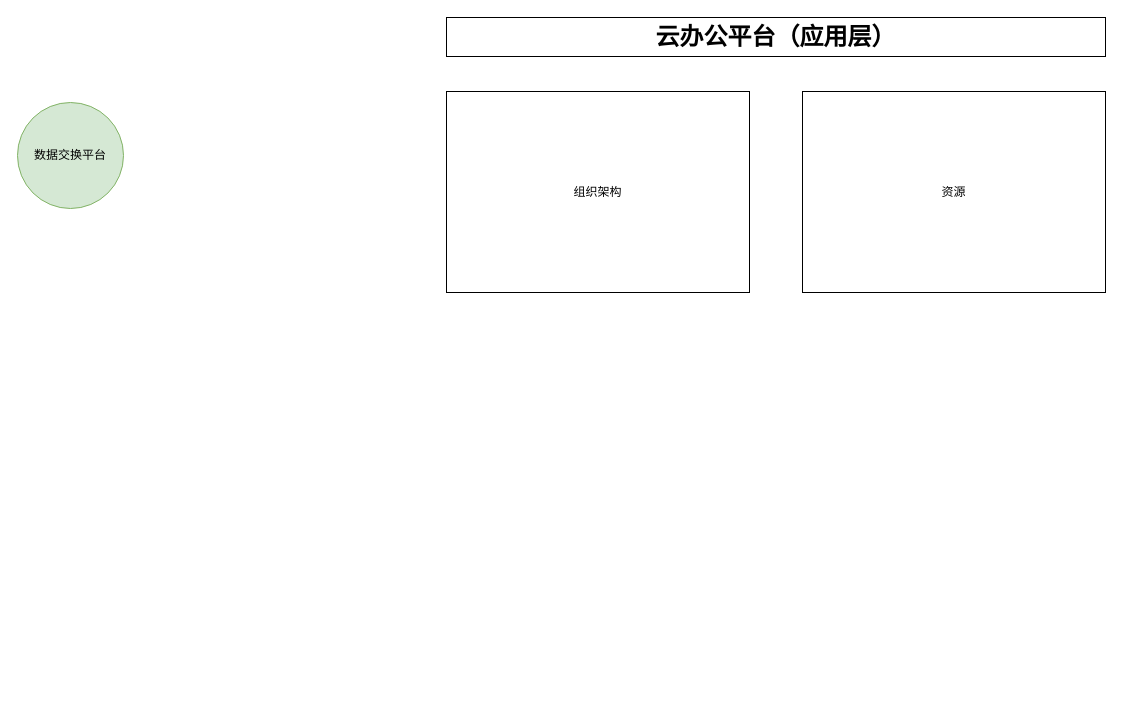
Above: 100号私有化架构.drawio in ammengke/my-drawio (draw.io), before the change. Source tidied: cells renumbered, new cells numbered last; positions are measured from the earlier drawing's top-left corner, leaving out a move shared by most shapes. Both pictures are drawn from the tidied source at 100%, with x=0, y=0 at pixel (17, 17).
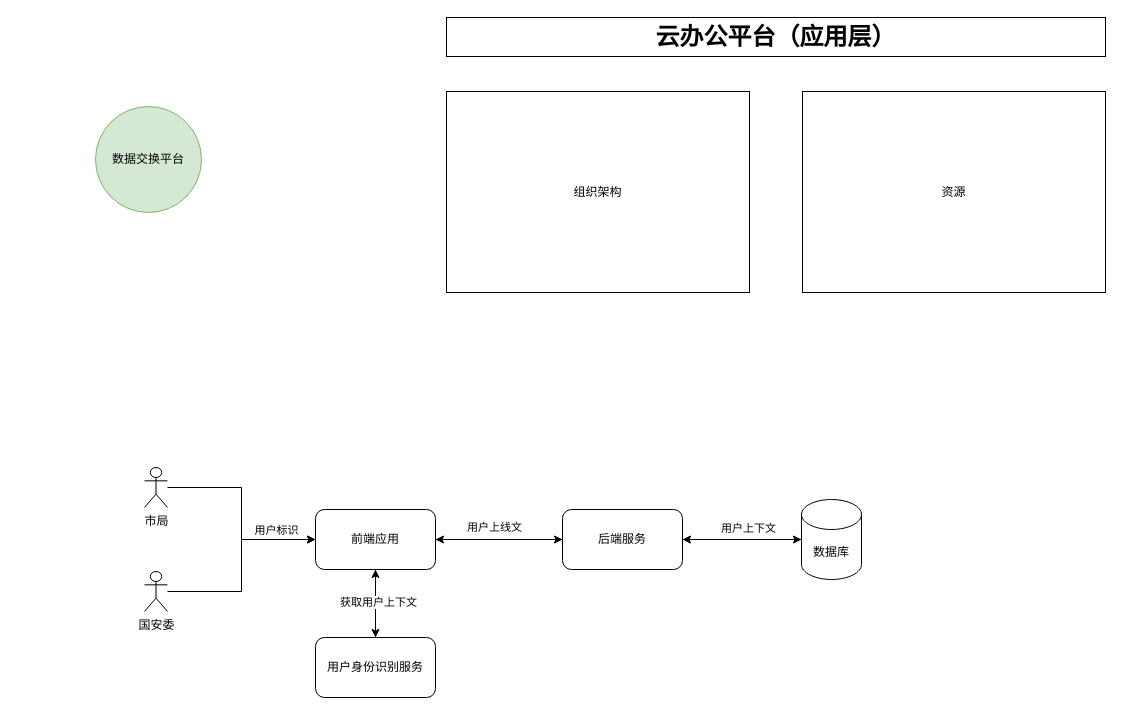
The same diagram, later.

Commit message:
更新100号私有化架构.drawio

Change to the diagram source:
```diff
@@
     <mxCell id="5" value="数据交换平台" style="ellipse;whiteSpace=wrap;html=1;fillColor=#d5e8d4;strokeColor=#82b366;" parent="1" vertex="1">
-      <mxGeometry y="85" width="106" height="106" as="geometry" />
+      <mxGeometry x="78" y="89" width="106" height="106" as="geometry" />
     </mxCell>
+    <mxCell id="6" style="edgeStyle=orthogonalEdgeStyle;rounded=0;jettySize=auto;html=1;entryX=0;entryY=0.5;entryDx=0;entryDy=0;" parent="1" edge="1" source="7" target="14">
+      <mxGeometry relative="1" as="geometry" />
+    </mxCell>
+    <mxCell id="7" value="市局" style="shape=umlActor;verticalLabelPosition=bottom;verticalAlign=top;html=1;outlineConnect=0;" parent="1" vertex="1">
+      <mxGeometry x="127" y="450" width="23" height="40" as="geometry" />
+    </mxCell>
+    <mxCell id="8" style="edgeStyle=orthogonalEdgeStyle;rounded=0;jettySize=auto;html=1;entryX=0;entryY=0.5;entryDx=0;entryDy=0;" parent="1" edge="1" source="10" target="14">
+      <mxGeometry relative="1" as="geometry" />
+    </mxCell>
+    <mxCell id="9" value="用户标识" style="edgeLabel;html=1;align=center;verticalAlign=middle;" parent="8" vertex="1">
+      <mxGeometry x="0.6" y="-4" relative="1" as="geometry">
+        <mxPoint y="-14" as="offset" />
+      </mxGeometry>
+    </mxCell>
+    <mxCell id="10" value="国安委" style="shape=umlActor;verticalLabelPosition=bottom;verticalAlign=top;html=1;outlineConnect=0;" parent="1" vertex="1">
+      <mxGeometry x="127" y="554" width="23" height="40" as="geometry" />
+    </mxCell>
+    <mxCell id="11" style="edgeStyle=orthogonalEdgeStyle;rounded=0;jettySize=auto;html=1;" parent="1" edge="1" source="14" target="18">
+      <mxGeometry relative="1" as="geometry" />
+    </mxCell>
+    <mxCell id="12" value="用户上线文" style="edgeLabel;html=1;align=center;verticalAlign=middle;" parent="11" vertex="1">
+      <mxGeometry x="-0.11" relative="1" as="geometry">
+        <mxPoint x="1" y="-13" as="offset" />
+      </mxGeometry>
+    </mxCell>
+    <mxCell id="13" style="edgeStyle=orthogonalEdgeStyle;rounded=0;jettySize=auto;html=1;" parent="1" edge="1" source="14" target="23">
+      <mxGeometry relative="1" as="geometry" />
+    </mxCell>
+    <mxCell id="14" value="前端应用" style="rounded=1;whiteSpace=wrap;html=1;" parent="1" vertex="1">
+      <mxGeometry x="298" y="492" width="120" height="60" as="geometry" />
+    </mxCell>
+    <mxCell id="15" style="edgeStyle=orthogonalEdgeStyle;rounded=0;jettySize=auto;html=1;" parent="1" edge="1" source="18" target="20">
+      <mxGeometry relative="1" as="geometry" />
+    </mxCell>
+    <mxCell id="16" value="用户上下文" style="edgeLabel;html=1;align=center;verticalAlign=middle;" parent="15" vertex="1">
+      <mxGeometry x="0.1" y="2" relative="1" as="geometry">
+        <mxPoint y="-10" as="offset" />
+      </mxGeometry>
+    </mxCell>
+    <mxCell id="17" style="edgeStyle=orthogonalEdgeStyle;rounded=0;jettySize=auto;html=1;entryX=1;entryY=0.5;entryDx=0;entryDy=0;" parent="1" edge="1" source="18" target="14">
+      <mxGeometry relative="1" as="geometry" />
+    </mxCell>
+    <mxCell id="18" value="后端服务" style="rounded=1;whiteSpace=wrap;html=1;" parent="1" vertex="1">
+      <mxGeometry x="545" y="492" width="120" height="60" as="geometry" />
+    </mxCell>
+    <mxCell id="19" style="edgeStyle=orthogonalEdgeStyle;rounded=0;jettySize=auto;html=1;entryX=1;entryY=0.5;entryDx=0;entryDy=0;" parent="1" edge="1" source="20" target="18">
+      <mxGeometry relative="1" as="geometry" />
+    </mxCell>
+    <mxCell id="20" value="数据库" style="shape=cylinder3;whiteSpace=wrap;html=1;boundedLbl=1;backgroundOutline=1;size=15;" parent="1" vertex="1">
+      <mxGeometry x="784" y="482" width="60" height="80" as="geometry" />
+    </mxCell>
+    <mxCell id="21" style="edgeStyle=orthogonalEdgeStyle;rounded=0;jettySize=auto;html=1;entryX=0.5;entryY=1;entryDx=0;entryDy=0;" parent="1" edge="1" source="23" target="14">
+      <mxGeometry relative="1" as="geometry" />
+    </mxCell>
+    <mxCell id="22" value="获取用户上下文" style="edgeLabel;html=1;align=center;verticalAlign=middle;" parent="21" vertex="1">
+      <mxGeometry x="0.06" y="-2" relative="1" as="geometry" />
+    </mxCell>
+    <mxCell id="23" value="用户身份识别服务" style="rounded=1;whiteSpace=wrap;html=1;" parent="1" vertex="1">
+      <mxGeometry x="298" y="620" width="120" height="60" as="geometry" />
+    </mxCell>
```
